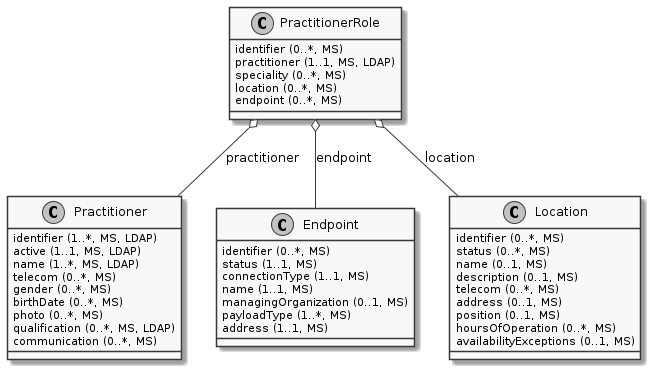
Above: images/diagrams/ClassDiagram.PractitionerRole.png in gematik/api-vzd (PlantUML), before the change.
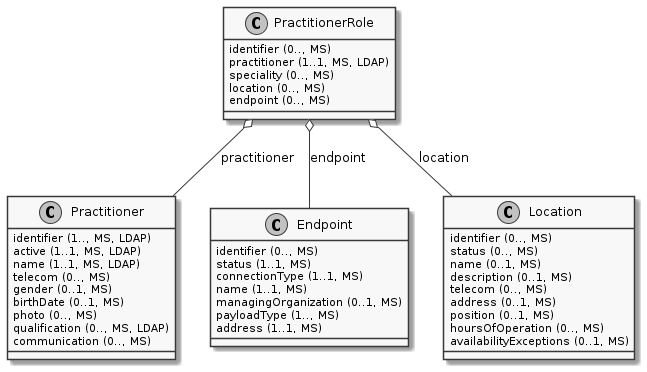
The same diagram one commit later.

Diff of the diagram source:
```diff
@@ -1,41 +1,41 @@
 @startuml ClassDiagram.PractitionerRole
 skinparam monochrome true
 class PractitionerRole {
-  {field} identifier (0..*, MS)
+  {field} identifier (0.., MS)
   {field} practitioner (1..1, MS, LDAP)
-  {field} speciality (0..*, MS)
-  {field} location (0..*, MS)
-  {field} endpoint (0..*, MS)
+  {field} speciality (0.., MS)
+  {field} location (0.., MS)
+  {field} endpoint (0.., MS)
 }
 class Practitioner {
-  {field} identifier (1..*, MS, LDAP)
+  {field} identifier (1.., MS, LDAP)
   {field} active (1..1, MS, LDAP)
-  {field} name (1..*, MS, LDAP)
-  {field} telecom (0..*, MS)
-  {field} gender (0..*, MS)
-  {field} birthDate (0..*, MS)
-  {field} photo (0..*, MS)
-  {field} qualification (0..*, MS, LDAP)
-  {field} communication (0..*, MS)
+  {field} name (1..1, MS, LDAP)
+  {field} telecom (0.., MS)
+  {field} gender (0..1, MS)
+  {field} birthDate (0..1, MS)
+  {field} photo (0.., MS)
+  {field} qualification (0.., MS, LDAP)
+  {field} communication (0.., MS)
 }
 class Endpoint {
-  {field} identifier (0..*, MS)
+  {field} identifier (0.., MS)
   {field} status (1..1, MS)
   {field} connectionType (1..1, MS)
   {field} name (1..1, MS)
   {field} managingOrganization (0..1, MS)
-  {field} payloadType (1..*, MS)
+  {field} payloadType (1.., MS)
   {field} address (1..1, MS)
 }
 class Location {
-  {field} identifier (0..*, MS)
-  {field} status (0..*, MS)
+  {field} identifier (0.., MS)
+  {field} status (0.., MS)
   {field} name (0..1, MS)
   {field} description (0..1, MS)
-  {field} telecom (0..*, MS)
+  {field} telecom (0.., MS)
   {field} address (0..1, MS)
   {field} position (0..1, MS)
-  {field} hoursOfOperation (0..*, MS)
+  {field} hoursOfOperation (0.., MS)
   {field} availabilityExceptions (0..1, MS)
 }
 
```
